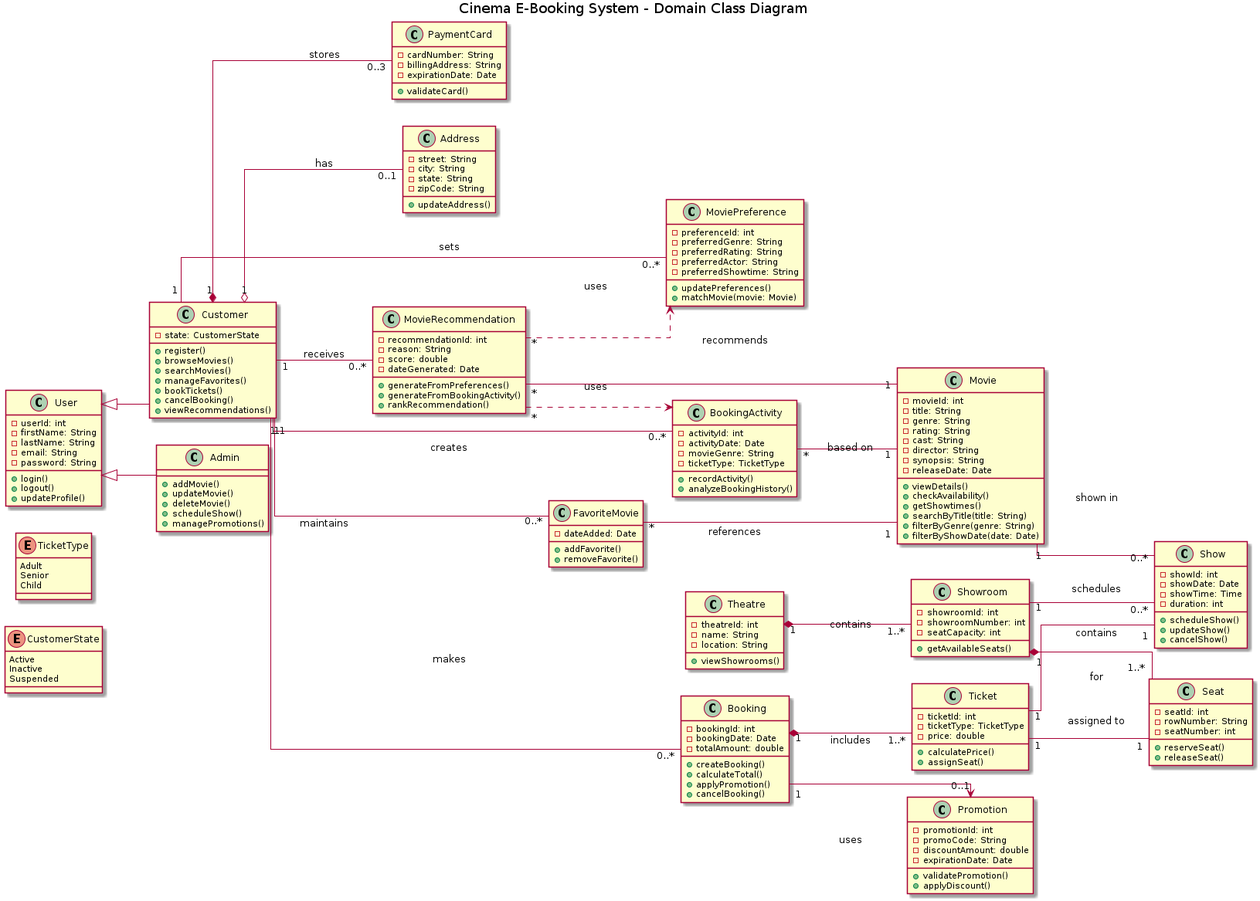
Earlier version of the PlantUML export docs/cinema-domain-class-diagram.png (njosh1/csci4050-ces-project). Its source is kept beside it as docs/cinema-domain-class-diagram.puml.
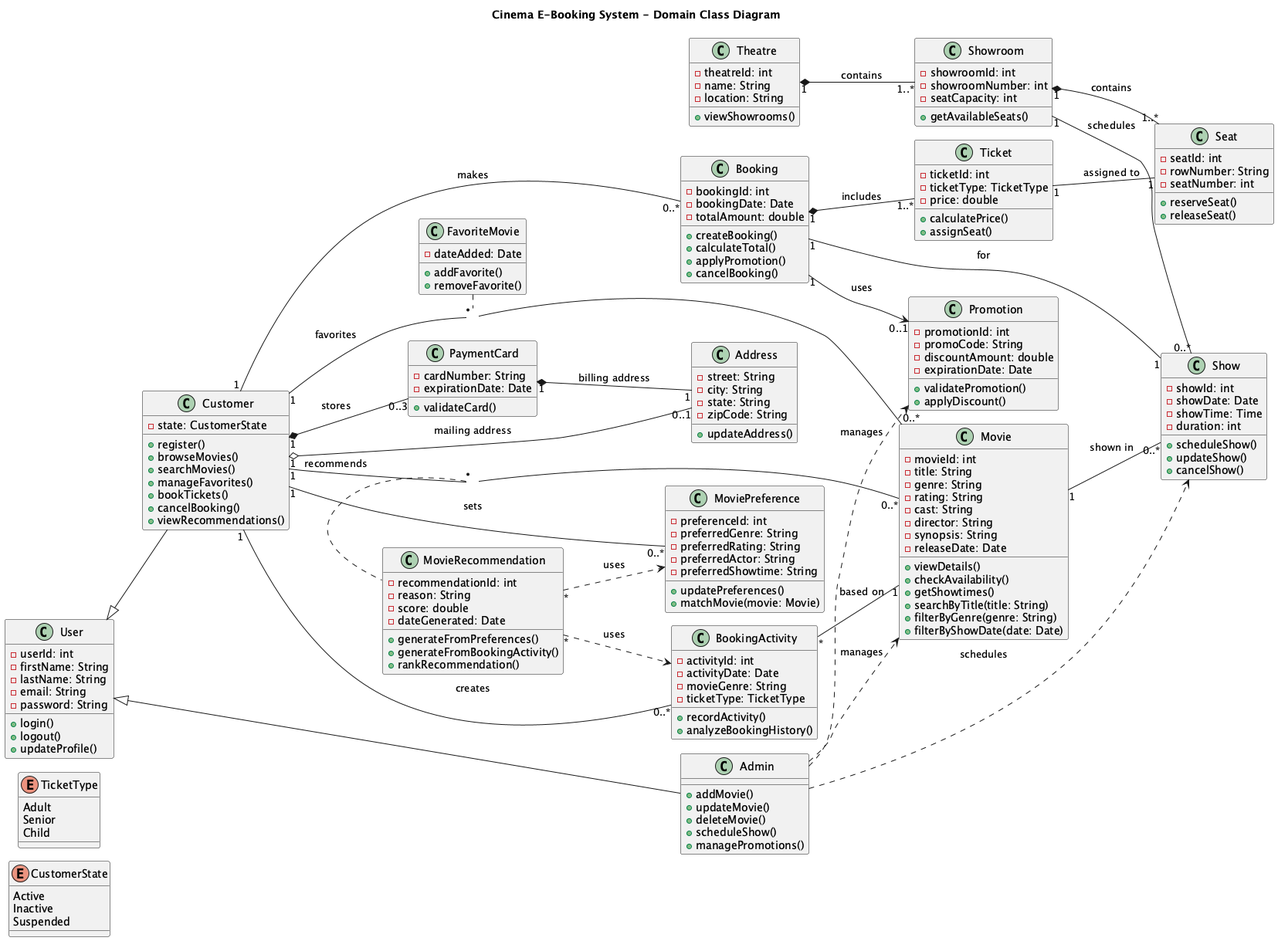
After the change.

Commit message:
Fix class diagram gaps and assemble Deliverable 3 PDF

Use real association-class notation for FavoriteMovie and
MovieRecommendation, link Booking directly to Show so tickets in a
booking share one showtime, reuse Address for PaymentCard billing
address, and add Admin dependencies to Movie/Show/Promotion. Also
fill in the cover page and rebuild Deliverable3.pdf, which was
previously empty.

Diff of the diagram source:
```diff
@@ -51,7 +51,6 @@
 
 class PaymentCard {
   - cardNumber: String
-  - billingAddress: String
   - expirationDate: Date
   + validateCard()
 }
@@ -65,7 +64,8 @@
 }
 
 Customer "1" *-- "0..3" PaymentCard : stores
-Customer "1" o-- "0..1" Address : has
+Customer "1" o-- "0..1" Address : mailing address
+PaymentCard "1" *-- "1" Address : billing address
 
 class Movie {
   - movieId: int
@@ -90,8 +90,8 @@
   + removeFavorite()
 }
 
-Customer "1" -- "0..*" FavoriteMovie : maintains
-FavoriteMovie "*" -- "1" Movie : references
+Customer "1" -- "0..*" Movie : favorites
+(Customer, Movie) .. FavoriteMovie
 
 class MoviePreference {
   - preferenceId: int
@@ -124,10 +124,12 @@
 
 Customer "1" -- "0..*" MoviePreference : sets
 Customer "1" -- "0..*" BookingActivity : creates
-Customer "1" -- "0..*" MovieRecommendation : receives
 
 BookingActivity "*" -- "1" Movie : based on
-MovieRecommendation "*" -- "1" Movie : recommends
+
+Customer "1" -- "0..*" Movie : recommends
+(Customer, Movie) .. MovieRecommendation
+
 MovieRecommendation "*" ..> MoviePreference : uses
 MovieRecommendation "*" ..> BookingActivity : uses
 
@@ -197,9 +199,13 @@
 }
 
 Customer "1" -- "0..*" Booking : makes
+Booking "1" -- "1" Show : for
 Booking "1" *-- "1..*" Ticket : includes
-Ticket "1" -- "1" Show : for
 Ticket "1" -- "1" Seat : assigned to
 Booking "1" --> "0..1" Promotion : uses
 
+Admin ..> Movie : manages
+Admin ..> Show : schedules
+Admin ..> Promotion : manages
+
 @enduml
```
